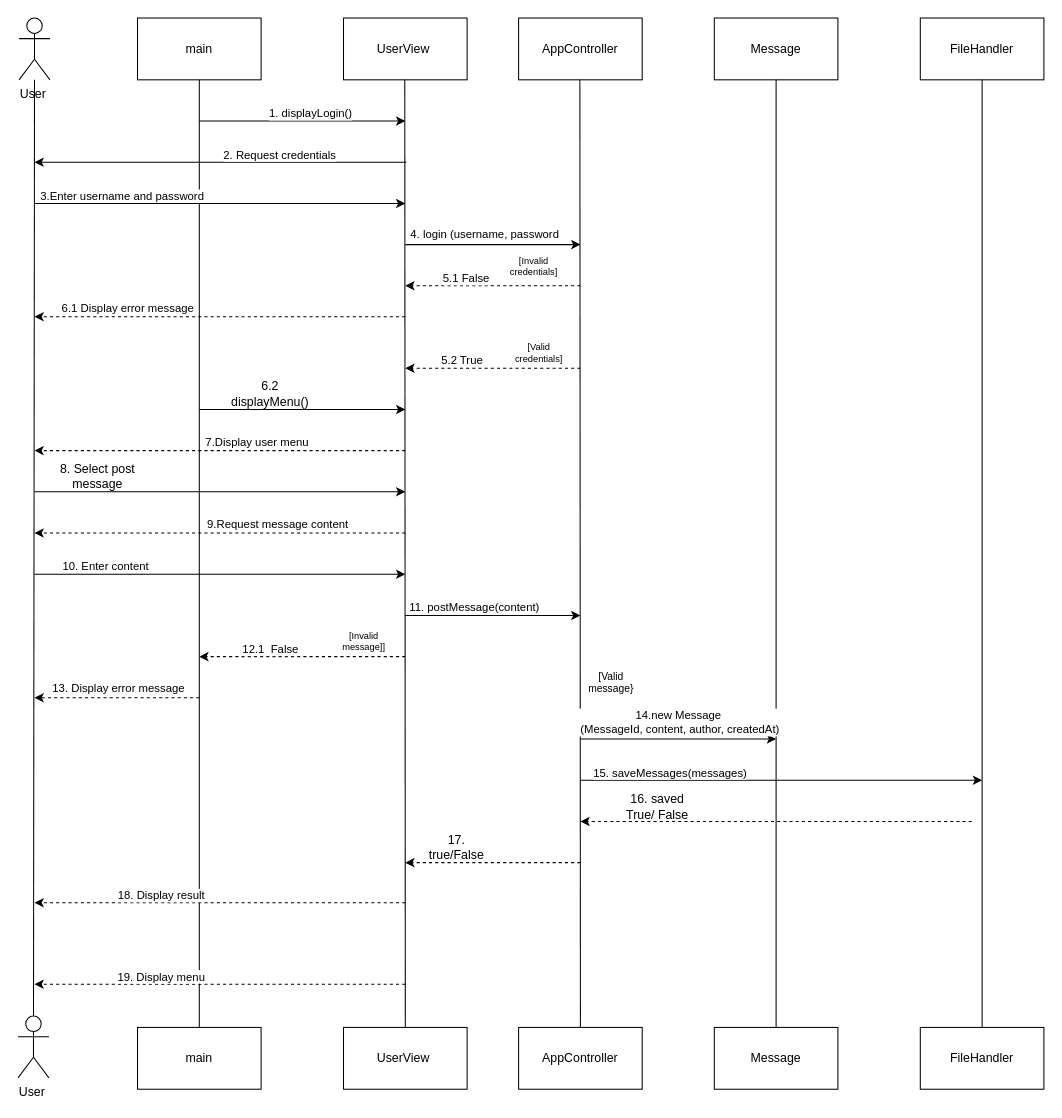
SaraMalmstedt/Chatterbox_Group3 keeps this draw.io diagram as diagrams/sequence_diagram.drawio. Above is the earlier version. Source tidied: cells renumbered, new cells numbered last; positions are measured from the earlier drawing's top-left corner, leaving out a move shared by most shapes. Both pictures are drawn from the tidied source at 103%, with x=0, y=0 at pixel (18, 18).
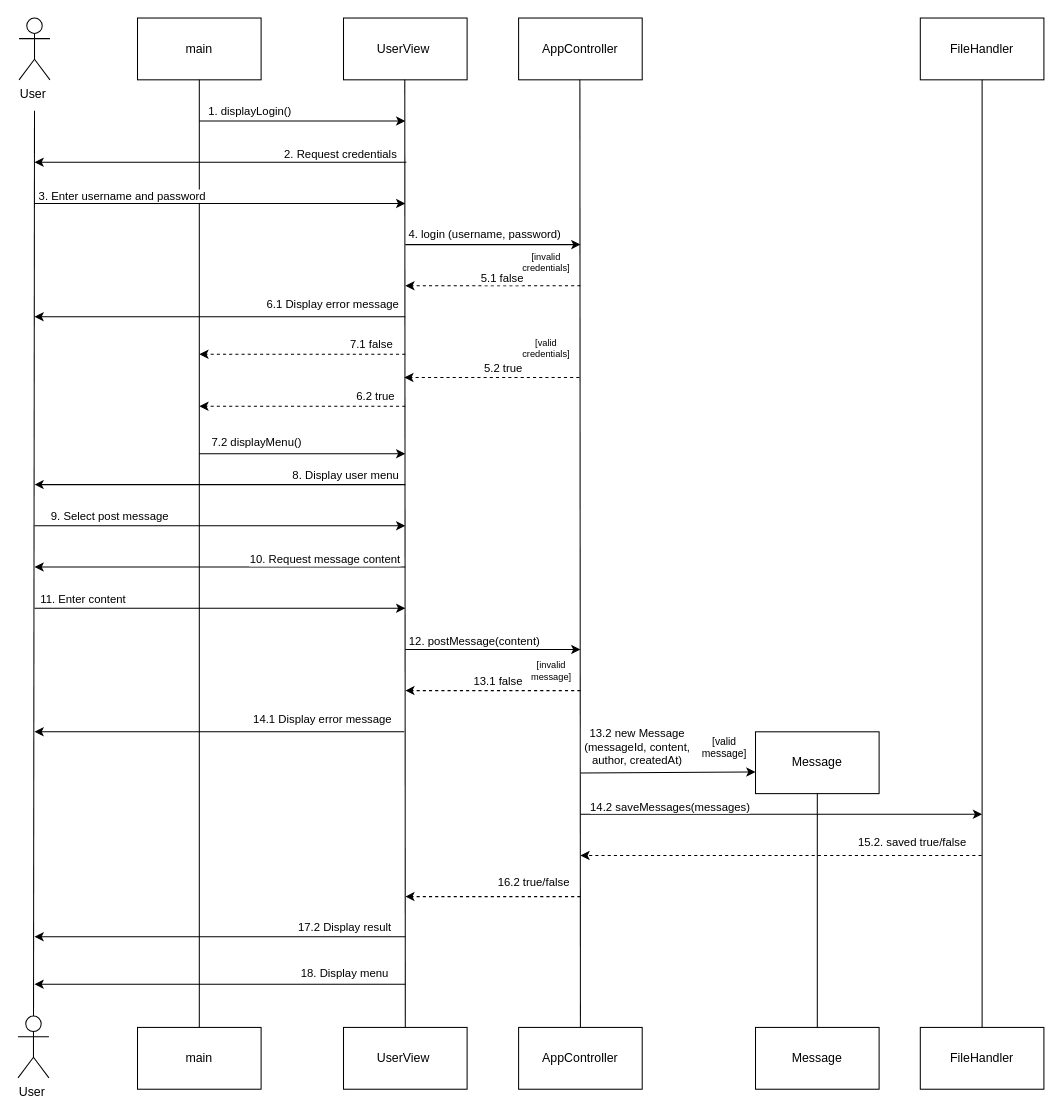
The same page after the edit.

Commit message (it also covers changes not shown here):
Update sequence diagram

Unchanged cells that the change refers to:
```xml
<mxCell id="3" value="User&amp;nbsp;" style="shape=umlActor;verticalLabelPosition=bottom;verticalAlign=top;html=1;outlineConnect=0;" parent="1" vertex="1">
  <mxGeometry y="969" width="30" height="60" as="geometry" />
</mxCell>
<mxCell id="20" style="endArrow=classic;html=1;rounded=0;" parent="1" edge="1">
  <mxGeometry relative="1" as="geometry">
    <mxPoint x="176" y="100" as="sourcePoint" />
    <mxPoint x="376" y="100" as="targetPoint" />
  </mxGeometry>
</mxCell>
<mxCell id="22" style="endArrow=classic;html=1;rounded=0;" parent="1" edge="1">
  <mxGeometry relative="1" as="geometry">
    <mxPoint x="377" y="140" as="sourcePoint" />
    <mxPoint x="16" y="140" as="targetPoint" />
  </mxGeometry>
</mxCell>
<mxCell id="24" style="endArrow=classic;html=1;rounded=0;" parent="1" edge="1">
  <mxGeometry relative="1" as="geometry">
    <mxPoint x="16" y="180" as="sourcePoint" />
    <mxPoint x="376" y="180" as="targetPoint" />
  </mxGeometry>
</mxCell>
<mxCell id="26" style="endArrow=classic;html=1;rounded=0;" parent="1" edge="1">
  <mxGeometry relative="1" as="geometry">
    <mxPoint x="376" y="220" as="sourcePoint" />
    <mxPoint x="546" y="220" as="targetPoint" />
  </mxGeometry>
</mxCell>
<mxCell id="28" style="endArrow=classic;html=1;rounded=0;dashed=1;" parent="1" edge="1">
  <mxGeometry relative="1" as="geometry">
    <mxPoint x="546" y="260" as="sourcePoint" />
    <mxPoint x="376" y="260" as="targetPoint" />
  </mxGeometry>
</mxCell>
```

The edit, as a diff of the source:
```diff
@@
     <mxCell id="10" value="Message" style="rounded=0;whiteSpace=wrap;html=1;" parent="1" vertex="1">
-      <mxGeometry x="676" width="120" height="60" as="geometry" />
+      <mxGeometry x="716" y="693" width="120" height="60" as="geometry" />
     </mxCell>
     <mxCell id="11" value="Message" style="rounded=0;whiteSpace=wrap;html=1;" parent="1" vertex="1">
-      <mxGeometry x="676" y="980" width="120" height="60" as="geometry" />
+      <mxGeometry x="716" y="980" width="120" height="60" as="geometry" />
     </mxCell>
@@
     <mxCell id="14" style="endArrow=none;html=1;rounded=0;" parent="1" edge="1" source="3">
       <mxGeometry relative="1" as="geometry">
-        <mxPoint x="16" y="60" as="targetPoint" />
+        <mxPoint x="16" y="90" as="targetPoint" />
       </mxGeometry>
     </mxCell>
@@
     <mxCell id="21" value="1. displayLogin()" style="edgeLabel;html=1;align=center;verticalAlign=bottom;labelPosition=center;verticalLabelPosition=top;" parent="20" vertex="1">
       <mxGeometry x="0.07" y="-2" relative="1" as="geometry">
-        <mxPoint y="-1" as="offset" />
+        <mxPoint x="-59" y="-3" as="offset" />
       </mxGeometry>
     </mxCell>
@@
     <mxCell id="23" value="2. Request credentials" style="edgeLabel;html=1;align=center;verticalAlign=middle;" parent="22" vertex="1">
       <mxGeometry x="0.23" y="-1" relative="1" as="geometry">
-        <mxPoint x="98" y="-7" as="offset" />
+        <mxPoint x="157" y="-8" as="offset" />
       </mxGeometry>
     </mxCell>
@@
-    <mxCell id="25" value="3.Enter username and password" style="edgeLabel;html=1;align=center;verticalAlign=middle;" parent="24" vertex="1">
+    <mxCell id="25" value="3. Enter username and password" style="edgeLabel;html=1;align=center;verticalAlign=middle;" parent="24" vertex="1">
       <mxGeometry x="-0.36" relative="1" as="geometry">
         <mxPoint x="-31" y="-8" as="offset" />
       </mxGeometry>
     </mxCell>
@@
-    <mxCell id="27" value="&lt;div&gt;&lt;span style=&quot;background-color: light-dark(#ffffff, var(--ge-dark-color, #121212)); color: light-dark(rgb(0, 0, 0), rgb(255, 255, 255));&quot;&gt;4. login (username, password&lt;/span&gt;&lt;/div&gt;" style="edgeLabel;html=1;align=center;verticalAlign=middle;" parent="26" vertex="1">
+    <mxCell id="27" value="&lt;div&gt;&lt;span style=&quot;background-color: light-dark(#ffffff, var(--ge-dark-color, #121212)); color: light-dark(rgb(0, 0, 0), rgb(255, 255, 255));&quot;&gt;4. login (username, password)&lt;/span&gt;&lt;/div&gt;" style="edgeLabel;html=1;align=center;verticalAlign=middle;" parent="26" vertex="1">
       <mxGeometry x="-0.46" y="2" relative="1" as="geometry">
         <mxPoint x="30" y="-9" as="offset" />
       </mxGeometry>
     </mxCell>
@@
-    <mxCell id="29" value="5.1 False" style="edgeLabel;html=1;align=center;verticalAlign=middle;" parent="28" vertex="1">
+    <mxCell id="29" value="5.1 false" style="edgeLabel;html=1;align=center;verticalAlign=middle;" parent="28" vertex="1">
       <mxGeometry x="0.33" y="-4" relative="1" as="geometry">
-        <mxPoint x="1" y="-4" as="offset" />
+        <mxPoint x="36" y="-4" as="offset" />
       </mxGeometry>
     </mxCell>
     <mxCell id="30" style="endArrow=classic;html=1;rounded=0;dashed=1;" parent="1" edge="1">
       <mxGeometry relative="1" as="geometry">
-        <mxPoint x="546" y="340" as="sourcePoint" />
-        <mxPoint x="376" y="340" as="targetPoint" />
+        <mxPoint x="545" y="349" as="sourcePoint" />
+        <mxPoint x="375" y="349" as="targetPoint" />
       </mxGeometry>
     </mxCell>
-    <mxCell id="31" value="5.2 True" style="edgeLabel;html=1;align=center;verticalAlign=middle;" parent="30" vertex="1">
+    <mxCell id="31" value="5.2 true" style="edgeLabel;html=1;align=center;verticalAlign=middle;" parent="30" vertex="1">
       <mxGeometry x="0.36" y="-4" relative="1" as="geometry">
-        <mxPoint y="-5" as="offset" />
+        <mxPoint x="41" y="-6" as="offset" />
       </mxGeometry>
     </mxCell>
-    <mxCell id="32" style="endArrow=classic;html=1;rounded=0;dashed=1;" parent="1" edge="1">
+    <mxCell id="32" style="endArrow=classic;html=1;rounded=0;" parent="1" edge="1">
       <mxGeometry relative="1" as="geometry">
         <mxPoint x="376" y="290" as="sourcePoint" />
         <mxPoint x="16" y="290" as="targetPoint" />
       </mxGeometry>
     </mxCell>
     <mxCell id="33" value="6.1 Display error message&amp;nbsp;" style="edgeLabel;html=1;align=center;verticalAlign=middle;" parent="32" vertex="1">
       <mxGeometry x="0.41" y="-3" relative="1" as="geometry">
-        <mxPoint x="-14" y="-6" as="offset" />
+        <mxPoint x="184" y="-10" as="offset" />
       </mxGeometry>
     </mxCell>
-    <mxCell id="34" value="[Invalid credentials]" style="text;html=1;whiteSpace=wrap;strokeColor=none;fillColor=none;align=center;verticalAlign=middle;rounded=0;fontSize=9;" parent="1" vertex="1">
-      <mxGeometry x="471" y="226" width="60" height="30" as="geometry" />
+    <mxCell id="34" value="[invalid credentials]" style="text;html=1;whiteSpace=wrap;strokeColor=none;fillColor=none;align=center;verticalAlign=middle;rounded=0;fontSize=9;" parent="1" vertex="1">
+      <mxGeometry x="483" y="222" width="60" height="30" as="geometry" />
     </mxCell>
-    <mxCell id="35" value="[Valid credentials]" style="text;html=1;whiteSpace=wrap;strokeColor=none;fillColor=none;align=center;verticalAlign=middle;rounded=0;fontSize=9;" parent="1" vertex="1">
-      <mxGeometry x="476" y="310" width="60" height="30" as="geometry" />
+    <mxCell id="35" value="[valid credentials]" style="text;html=1;whiteSpace=wrap;strokeColor=none;fillColor=none;align=center;verticalAlign=middle;rounded=0;fontSize=9;" parent="1" vertex="1">
+      <mxGeometry x="483" y="306" width="60" height="30" as="geometry" />
     </mxCell>
     <mxCell id="36" style="endArrow=classic;html=1;rounded=0;" parent="1" edge="1">
       <mxGeometry relative="1" as="geometry">
-        <mxPoint x="176" y="380" as="sourcePoint" />
-        <mxPoint x="376" y="380" as="targetPoint" />
+        <mxPoint x="176" y="423" as="sourcePoint" />
+        <mxPoint x="376" y="423" as="targetPoint" />
       </mxGeometry>
     </mxCell>
-    <mxCell id="37" value="6.2 displayMenu()" style="text;html=1;whiteSpace=wrap;strokeColor=none;fillColor=none;align=center;verticalAlign=middle;rounded=0;" parent="1" vertex="1">
-      <mxGeometry x="215" y="350" width="60" height="30" as="geometry" />
+    <mxCell id="37" value="7.2 displayMenu()" style="text;html=1;whiteSpace=wrap;strokeColor=none;fillColor=none;align=center;verticalAlign=middle;rounded=0;fontSize=11;" parent="1" vertex="1">
+      <mxGeometry x="172" y="397" width="120" height="30" as="geometry" />
     </mxCell>
-    <mxCell id="38" style="endArrow=classic;html=1;rounded=0;dashed=1;" parent="1" edge="1">
+    <mxCell id="38" style="endArrow=classic;html=1;rounded=0;" parent="1" edge="1">
       <mxGeometry relative="1" as="geometry">
-        <mxPoint x="376" y="420" as="sourcePoint" />
-        <mxPoint x="16" y="420" as="targetPoint" />
+        <mxPoint x="376" y="453" as="sourcePoint" />
+        <mxPoint x="16" y="453" as="targetPoint" />
       </mxGeometry>
     </mxCell>
-    <mxCell id="39" value="7.Display user menu" style="edgeLabel;html=1;align=center;verticalAlign=middle;" parent="38" vertex="1">
+    <mxCell id="39" value="8. Display user menu" style="edgeLabel;html=1;align=center;verticalAlign=middle;" parent="38" vertex="1">
       <mxGeometry x="-0.12" y="-1" relative="1" as="geometry">
-        <mxPoint x="13" y="-8" as="offset" />
+        <mxPoint x="99" y="-9" as="offset" />
       </mxGeometry>
     </mxCell>
     <mxCell id="40" style="endArrow=classic;html=1;rounded=0;" parent="1" edge="1">
       <mxGeometry relative="1" as="geometry">
-        <mxPoint x="16" y="460" as="sourcePoint" />
-        <mxPoint x="376" y="460" as="targetPoint" />
+        <mxPoint x="16" y="493" as="sourcePoint" />
+        <mxPoint x="376" y="493" as="targetPoint" />
       </mxGeometry>
     </mxCell>
-    <mxCell id="41" value="8. Select&amp;nbsp;&lt;span style=&quot;background-color: transparent; color: light-dark(rgb(0, 0, 0), rgb(255, 255, 255));&quot;&gt;post message&lt;/span&gt;" style="text;html=1;whiteSpace=wrap;strokeColor=none;fillColor=none;align=center;verticalAlign=middle;rounded=0;" parent="1" vertex="1">
-      <mxGeometry x="39" y="430" width="77" height="30" as="geometry" />
+    <mxCell id="41" value="9. Select&amp;nbsp;&lt;span style=&quot;background-color: transparent; color: light-dark(rgb(0, 0, 0), rgb(255, 255, 255));&quot;&gt;post message&lt;/span&gt;" style="text;html=1;whiteSpace=wrap;strokeColor=none;fillColor=none;align=center;verticalAlign=middle;rounded=0;fontSize=11;" parent="1" vertex="1">
+      <mxGeometry x="21" y="469" width="137" height="30" as="geometry" />
     </mxCell>
-    <mxCell id="42" style="endArrow=classic;html=1;rounded=0;dashed=1;" parent="1" edge="1">
+    <mxCell id="42" style="endArrow=classic;html=1;rounded=0;" parent="1" edge="1">
       <mxGeometry relative="1" as="geometry">
-        <mxPoint x="376" y="500" as="sourcePoint" />
-        <mxPoint x="16" y="500" as="targetPoint" />
+        <mxPoint x="376" y="533" as="sourcePoint" />
+        <mxPoint x="16" y="533" as="targetPoint" />
       </mxGeometry>
     </mxCell>
-    <mxCell id="43" value="9.Request message content" style="edgeLabel;html=1;align=center;verticalAlign=middle;" parent="42" vertex="1">
+    <mxCell id="43" value="10. Request message content" style="edgeLabel;html=1;align=center;verticalAlign=middle;" parent="42" vertex="1">
       <mxGeometry x="-0.12" y="-1" relative="1" as="geometry">
-        <mxPoint x="33" y="-8" as="offset" />
+        <mxPoint x="79" y="-7" as="offset" />
       </mxGeometry>
     </mxCell>
     <mxCell id="44" style="endArrow=classic;html=1;rounded=0;" parent="1" edge="1">
       <mxGeometry relative="1" as="geometry">
-        <mxPoint x="16" y="540" as="sourcePoint" />
-        <mxPoint x="376" y="540" as="targetPoint" />
+        <mxPoint x="16" y="573" as="sourcePoint" />
+        <mxPoint x="376" y="573" as="targetPoint" />
       </mxGeometry>
     </mxCell>
-    <mxCell id="45" value="10. Enter content" style="edgeLabel;html=1;align=center;verticalAlign=middle;" parent="44" vertex="1">
+    <mxCell id="45" value="11. Enter content" style="edgeLabel;html=1;align=center;verticalAlign=middle;" parent="44" vertex="1">
       <mxGeometry x="-0.62" y="4" relative="1" as="geometry">
-        <mxPoint y="-5" as="offset" />
+        <mxPoint x="-22" y="-6" as="offset" />
       </mxGeometry>
     </mxCell>
     <mxCell id="46" style="endArrow=classic;html=1;rounded=0;" parent="1" edge="1">
       <mxGeometry relative="1" as="geometry">
-        <mxPoint x="376" y="580" as="sourcePoint" />
-        <mxPoint x="546" y="580" as="targetPoint" />
+        <mxPoint x="376" y="613" as="sourcePoint" />
+        <mxPoint x="546" y="613" as="targetPoint" />
       </mxGeometry>
     </mxCell>
-    <mxCell id="47" value="11. postMessage(content)" style="edgeLabel;html=1;align=center;verticalAlign=middle;" parent="46" vertex="1">
+    <mxCell id="47" value="12. postMessage(content)" style="edgeLabel;html=1;align=center;verticalAlign=middle;" parent="46" vertex="1">
       <mxGeometry x="-0.29" y="-3" relative="1" as="geometry">
         <mxPoint x="6" y="-12" as="offset" />
       </mxGeometry>
     </mxCell>
     <mxCell id="48" style="endArrow=classic;html=1;rounded=0;dashed=1;" parent="1" edge="1">
       <mxGeometry relative="1" as="geometry">
-        <mxPoint x="376" y="620" as="sourcePoint" />
-        <mxPoint x="176" y="620" as="targetPoint" />
+        <mxPoint x="546" y="653" as="sourcePoint" />
+        <mxPoint x="376" y="653" as="targetPoint" />
       </mxGeometry>
     </mxCell>
-    <mxCell id="49" value="12.1&amp;nbsp; False" style="edgeLabel;html=1;align=center;verticalAlign=middle;" parent="48" vertex="1">
-      <mxGeometry x="0.33" y="-4" relative="1" as="geometry">
-        <mxPoint x="1" y="-4" as="offset" />
+    <mxCell id="49" value="13.1 false" style="edgeLabel;html=1;align=center;verticalAlign=middle;" parent="48" vertex="1">
+      <mxGeometry x="0.56" y="-4" relative="1" as="geometry">
+        <mxPoint x="52" y="-6" as="offset" />
       </mxGeometry>
     </mxCell>
-    <mxCell id="50" value="[Invalid message]]" style="text;html=1;whiteSpace=wrap;strokeColor=none;fillColor=none;align=center;verticalAlign=middle;rounded=0;fontSize=9;" parent="1" vertex="1">
-      <mxGeometry x="306" y="590" width="60" height="30" as="geometry" />
+    <mxCell id="50" value="[invalid message]" style="text;html=1;whiteSpace=wrap;strokeColor=none;fillColor=none;align=center;verticalAlign=middle;rounded=0;fontSize=9;" parent="1" vertex="1">
+      <mxGeometry x="488" y="619" width="60" height="30" as="geometry" />
     </mxCell>
-    <mxCell id="51" style="endArrow=classic;html=1;rounded=0;dashed=1;" parent="1" edge="1">
+    <mxCell id="51" style="endArrow=classic;html=1;rounded=0;" parent="1" edge="1">
       <mxGeometry relative="1" as="geometry">
-        <mxPoint x="176" y="660" as="sourcePoint" />
-        <mxPoint x="16" y="660" as="targetPoint" />
+        <mxPoint x="375" y="693" as="sourcePoint" />
+        <mxPoint x="16" y="693" as="targetPoint" />
       </mxGeometry>
     </mxCell>
-    <mxCell id="52" value="13. Display error message&amp;nbsp;" style="edgeLabel;html=1;align=center;verticalAlign=middle;" parent="51" vertex="1">
-      <mxGeometry x="0.41" y="-3" relative="1" as="geometry">
-        <mxPoint x="35" y="-7" as="offset" />
+    <mxCell id="52" value="14.1 Display error message&amp;nbsp;" style="edgeLabel;html=1;align=center;verticalAlign=middle;" parent="51" vertex="1">
+      <mxGeometry x="-0.37" y="-3" relative="1" as="geometry">
+        <mxPoint x="34" y="-10" as="offset" />
       </mxGeometry>
     </mxCell>
-    <mxCell id="53" style="endArrow=classic;html=1;rounded=0;" parent="1" edge="1">
+    <mxCell id="53" style="endArrow=classic;html=1;rounded=0;entryX=0;entryY=0.65;entryDx=0;entryDy=0;entryPerimeter=0;" parent="1" edge="1" target="10">
       <mxGeometry relative="1" as="geometry">
-        <mxPoint x="546" y="700" as="sourcePoint" />
-        <mxPoint x="736" y="700" as="targetPoint" />
+        <mxPoint x="546" y="733" as="sourcePoint" />
       </mxGeometry>
     </mxCell>
-    <mxCell id="54" value="14.new Message&lt;div&gt;&amp;nbsp;(MessageId, content, author, createdAt)&lt;/div&gt;" style="edgeLabel;html=1;align=center;verticalAlign=middle;" parent="53" vertex="1">
-      <mxGeometry x="-0.31" relative="1" as="geometry">
-        <mxPoint x="28" y="-17" as="offset" />
+    <mxCell id="54" value="13.2 new Message&lt;div&gt;&amp;nbsp;(messageId, content,&amp;nbsp;&lt;/div&gt;&lt;div&gt;author, createdAt)&lt;/div&gt;" style="edgeLabel;html=1;align=center;verticalAlign=middle;" parent="53" vertex="1">
+      <mxGeometry x="-0.22" relative="1" as="geometry">
+        <mxPoint x="-11" y="-25" as="offset" />
       </mxGeometry>
     </mxCell>
     <mxCell id="55" style="endArrow=classic;html=1;rounded=0;" parent="1" edge="1">
       <mxGeometry relative="1" as="geometry">
-        <mxPoint x="546" y="740" as="sourcePoint" />
-        <mxPoint x="936" y="740" as="targetPoint" />
+        <mxPoint x="546" y="773" as="sourcePoint" />
+        <mxPoint x="936" y="773" as="targetPoint" />
       </mxGeometry>
     </mxCell>
-    <mxCell id="56" value="15. saveMessages(messages)" style="edgeLabel;html=1;align=center;verticalAlign=middle;" parent="55" vertex="1">
+    <mxCell id="56" value="14.2 saveMessages(messages)" style="edgeLabel;html=1;align=center;verticalAlign=middle;" parent="55" vertex="1">
       <mxGeometry x="-0.56" relative="1" as="geometry">
         <mxPoint y="-8" as="offset" />
       </mxGeometry>
     </mxCell>
-    <mxCell id="57" style="endArrow=classic;html=1;rounded=0;dashed=1;" parent="1" edge="1">
+    <mxCell id="57" style="endArrow=classic;html=1;rounded=0;" parent="1" edge="1">
       <mxGeometry relative="1" as="geometry">
-        <mxPoint x="376" y="859" as="sourcePoint" />
-        <mxPoint x="16" y="859" as="targetPoint" />
+        <mxPoint x="376" y="892" as="sourcePoint" />
+        <mxPoint x="16" y="892" as="targetPoint" />
       </mxGeometry>
     </mxCell>
-    <mxCell id="58" value="18. Display result" style="edgeLabel;html=1;align=center;verticalAlign=middle;" parent="57" vertex="1">
+    <mxCell id="58" value="17.2 Display result" style="edgeLabel;html=1;align=center;verticalAlign=middle;" parent="57" vertex="1">
       <mxGeometry x="0.33" y="-4" relative="1" as="geometry">
-        <mxPoint x="1" y="-4" as="offset" />
+        <mxPoint x="179" y="-6" as="offset" />
       </mxGeometry>
     </mxCell>
-    <mxCell id="59" style="endArrow=classic;html=1;rounded=0;dashed=1;" parent="1" edge="1">
+    <mxCell id="59" style="endArrow=classic;html=1;rounded=0;" parent="1" edge="1">
       <mxGeometry relative="1" as="geometry">
         <mxPoint x="376" y="938" as="sourcePoint" />
         <mxPoint x="16" y="938" as="targetPoint" />
       </mxGeometry>
     </mxCell>
-    <mxCell id="60" value="19. Display menu" style="edgeLabel;html=1;align=center;verticalAlign=middle;" parent="59" vertex="1">
+    <mxCell id="60" value="18. Display menu" style="edgeLabel;html=1;align=center;verticalAlign=middle;" parent="59" vertex="1">
       <mxGeometry x="0.33" y="-4" relative="1" as="geometry">
-        <mxPoint x="1" y="-4" as="offset" />
+        <mxPoint x="179" y="-7" as="offset" />
       </mxGeometry>
     </mxCell>
     <mxCell id="61" style="endArrow=classic;html=1;rounded=0;dashed=1;" parent="1" edge="1">
       <mxGeometry relative="1" as="geometry">
-        <mxPoint x="926" y="780" as="sourcePoint" />
-        <mxPoint x="546" y="780" as="targetPoint" />
+        <mxPoint x="935.5" y="813" as="sourcePoint" />
+        <mxPoint x="546" y="813" as="targetPoint" />
       </mxGeometry>
     </mxCell>
     <mxCell id="62" style="endArrow=classic;html=1;rounded=0;dashed=1;" parent="1" edge="1">
       <mxGeometry relative="1" as="geometry">
-        <mxPoint x="546" y="820" as="sourcePoint" />
-        <mxPoint x="376" y="820" as="targetPoint" />
+        <mxPoint x="546" y="853" as="sourcePoint" />
+        <mxPoint x="376" y="853" as="targetPoint" />
       </mxGeometry>
     </mxCell>
-    <mxCell id="63" value="[Valid message}" style="text;html=1;whiteSpace=wrap;strokeColor=none;fillColor=none;align=center;verticalAlign=middle;rounded=0;fontSize=10;" parent="1" vertex="1">
-      <mxGeometry x="546" y="630" width="60" height="30" as="geometry" />
+    <mxCell id="63" value="[valid message]" style="text;html=1;whiteSpace=wrap;strokeColor=none;fillColor=none;align=center;verticalAlign=middle;rounded=0;fontSize=10;" parent="1" vertex="1">
+      <mxGeometry x="656" y="693" width="60" height="30" as="geometry" />
     </mxCell>
-    <mxCell id="64" value="16. saved True/ False" style="text;html=1;whiteSpace=wrap;strokeColor=none;fillColor=none;align=center;verticalAlign=middle;rounded=0;" parent="1" vertex="1">
-      <mxGeometry x="586" y="751" width="70" height="30" as="geometry" />
+    <mxCell id="64" value="15.2. saved true/false" style="text;html=1;whiteSpace=wrap;strokeColor=none;fillColor=none;align=center;verticalAlign=middle;rounded=0;fontSize=11;" parent="1" vertex="1">
+      <mxGeometry x="800" y="785" width="137" height="30" as="geometry" />
     </mxCell>
-    <mxCell id="65" value="17. true/False" style="text;html=1;whiteSpace=wrap;strokeColor=none;fillColor=none;align=center;verticalAlign=middle;rounded=0;" parent="1" vertex="1">
-      <mxGeometry x="396" y="790" width="60" height="30" as="geometry" />
+    <mxCell id="65" value="16.2 true/false" style="text;html=1;whiteSpace=wrap;strokeColor=none;fillColor=none;align=center;verticalAlign=middle;rounded=0;fontSize=11;" parent="1" vertex="1">
+      <mxGeometry x="454" y="824" width="94" height="30" as="geometry" />
     </mxCell>
+    <mxCell id="66" style="endArrow=classic;html=1;rounded=0;dashed=1;" parent="1" edge="1">
+      <mxGeometry relative="1" as="geometry">
+        <mxPoint x="376" y="377" as="sourcePoint" />
+        <mxPoint x="176" y="377" as="targetPoint" />
+      </mxGeometry>
+    </mxCell>
+    <mxCell id="67" value="6.2 true" style="edgeLabel;html=1;align=center;verticalAlign=middle;" parent="66" vertex="1">
+      <mxGeometry x="0.16" y="-4" relative="1" as="geometry">
+        <mxPoint x="86" y="-7" as="offset" />
+      </mxGeometry>
+    </mxCell>
+    <mxCell id="68" style="endArrow=classic;html=1;rounded=0;dashed=1;" parent="1" edge="1">
+      <mxGeometry relative="1" as="geometry">
+        <mxPoint x="376" y="326.5" as="sourcePoint" />
+        <mxPoint x="176" y="326.5" as="targetPoint" />
+      </mxGeometry>
+    </mxCell>
+    <mxCell id="69" value="7.1 false" style="edgeLabel;html=1;align=center;verticalAlign=middle;" parent="68" vertex="1">
+      <mxGeometry x="0.16" y="-4" relative="1" as="geometry">
+        <mxPoint x="82" y="-6" as="offset" />
+      </mxGeometry>
+    </mxCell>
```
